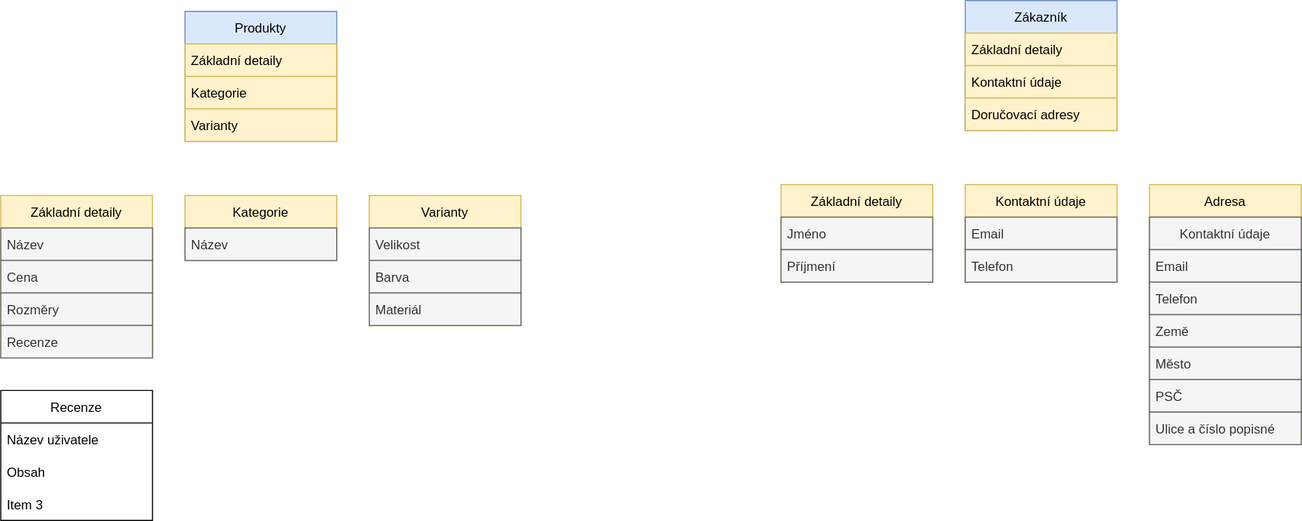
Earlier version of the draw.io export Eshop.drawio.svg (TomasKelbasa/diagrams.net). Source tidied: cells renumbered, new cells last; positions are measured from the earlier drawing's top-left corner, leaving out a move shared by most shapes.
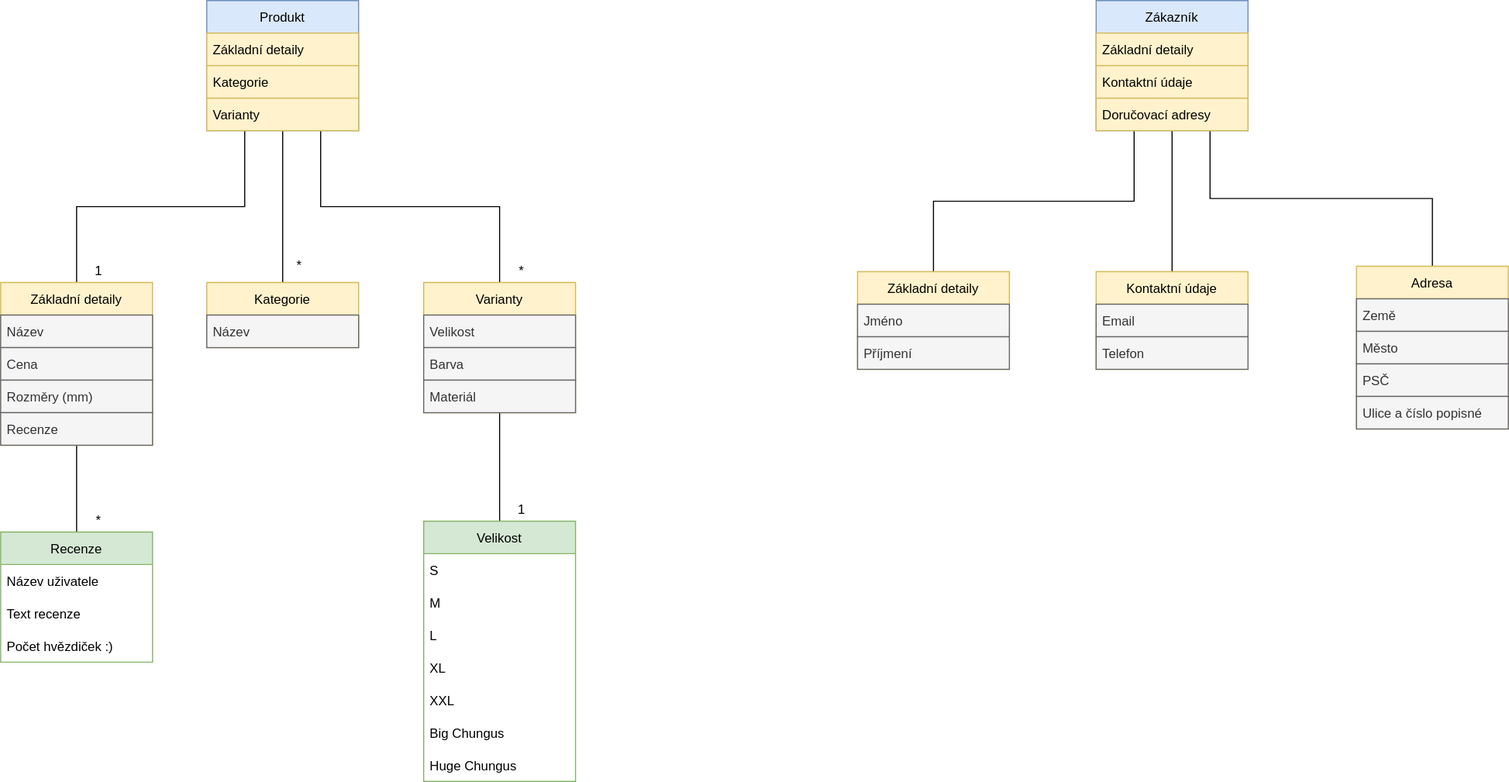
After the commit.

The edit, as a diff of the source:
```diff
@@ -2,8 +2,17 @@
   <root>
     <mxCell id="0" />
     <mxCell id="1" parent="0" />
+    <mxCell id="39" style="edgeStyle=orthogonalEdgeStyle;rounded=0;jettySize=auto;html=1;exitX=0.25;exitY=1;exitDx=0;exitDy=0;entryX=0.5;entryY=0;entryDx=0;entryDy=0;endArrow=none;endFill=0;" parent="1" edge="1" source="2" target="10">
+      <mxGeometry relative="1" as="geometry" />
+    </mxCell>
+    <mxCell id="40" style="edgeStyle=orthogonalEdgeStyle;rounded=0;jettySize=auto;html=1;exitX=0.5;exitY=1;exitDx=0;exitDy=0;endArrow=none;endFill=0;" parent="1" edge="1" source="2" target="19">
+      <mxGeometry relative="1" as="geometry" />
+    </mxCell>
+    <mxCell id="41" style="edgeStyle=orthogonalEdgeStyle;rounded=0;jettySize=auto;html=1;exitX=0.75;exitY=1;exitDx=0;exitDy=0;entryX=0.5;entryY=0;entryDx=0;entryDy=0;endArrow=none;endFill=0;" parent="1" edge="1" source="2" target="35">
+      <mxGeometry relative="1" as="geometry" />
+    </mxCell>
-    <mxCell id="2" value="Produkty" style="swimlane;fontStyle=0;horizontal=1;startSize=30;fillColor=#dae8fc;strokeColor=#6c8ebf;" parent="1" vertex="1">
-      <mxGeometry x="170" y="10" width="140" height="120" as="geometry" />
+    <mxCell id="2" value="Produkt" style="swimlane;fontStyle=0;horizontal=1;startSize=30;fillColor=#dae8fc;strokeColor=#6c8ebf;" parent="1" vertex="1">
+      <mxGeometry x="170" y="-80" width="140" height="120" as="geometry" />
     </mxCell>
     <mxCell id="3" value="Základní detaily" style="text;strokeColor=#d6b656;fillColor=#fff2cc;align=left;verticalAlign=middle;spacingLeft=4;spacingRight=4;overflow=hidden;" parent="2" vertex="1">
       <mxGeometry y="30" width="140" height="30" as="geometry" />
@@ -14,8 +23,17 @@
     <mxCell id="5" value="Varianty" style="text;strokeColor=#d6b656;fillColor=#fff2cc;align=left;verticalAlign=middle;spacingLeft=4;spacingRight=4;overflow=hidden;" parent="2" vertex="1">
       <mxGeometry y="90" width="140" height="30" as="geometry" />
     </mxCell>
+    <mxCell id="42" style="edgeStyle=orthogonalEdgeStyle;rounded=0;jettySize=auto;html=1;exitX=0.5;exitY=1;exitDx=0;exitDy=0;endArrow=none;endFill=0;" parent="1" edge="1" source="6" target="24">
+      <mxGeometry relative="1" as="geometry" />
+    </mxCell>
+    <mxCell id="43" style="edgeStyle=orthogonalEdgeStyle;rounded=0;jettySize=auto;html=1;exitX=0.25;exitY=1;exitDx=0;exitDy=0;entryX=0.5;entryY=0;entryDx=0;entryDy=0;endArrow=none;endFill=0;" parent="1" edge="1" source="6" target="21">
+      <mxGeometry relative="1" as="geometry" />
+    </mxCell>
+    <mxCell id="44" style="edgeStyle=orthogonalEdgeStyle;rounded=0;jettySize=auto;html=1;exitX=0.75;exitY=1;exitDx=0;exitDy=0;entryX=0.5;entryY=0;entryDx=0;entryDy=0;endArrow=none;endFill=0;" parent="1" edge="1" source="6" target="27">
+      <mxGeometry relative="1" as="geometry" />
+    </mxCell>
     <mxCell id="6" value="Zákazník" style="swimlane;fontStyle=0;horizontal=1;startSize=30;fillColor=#dae8fc;strokeColor=#6c8ebf;" parent="1" vertex="1">
-      <mxGeometry x="890" width="140" height="120" as="geometry" />
+      <mxGeometry x="990" y="-80" width="140" height="120" as="geometry" />
     </mxCell>
     <mxCell id="7" value="Základní detaily" style="text;strokeColor=#d6b656;fillColor=#fff2cc;align=left;verticalAlign=middle;spacingLeft=4;spacingRight=4;overflow=hidden;" parent="6" vertex="1">
       <mxGeometry y="30" width="140" height="30" as="geometry" />
@@ -26,8 +44,11 @@
     <mxCell id="9" value="Doručovací adresy" style="text;strokeColor=#d6b656;fillColor=#fff2cc;align=left;verticalAlign=middle;spacingLeft=4;spacingRight=4;overflow=hidden;" parent="6" vertex="1">
       <mxGeometry y="90" width="140" height="30" as="geometry" />
     </mxCell>
+    <mxCell id="45" style="edgeStyle=orthogonalEdgeStyle;rounded=0;jettySize=auto;html=1;exitX=0.5;exitY=1;exitDx=0;exitDy=0;entryX=0.5;entryY=0;entryDx=0;entryDy=0;endArrow=none;endFill=0;" parent="1" edge="1" source="10" target="15">
+      <mxGeometry relative="1" as="geometry" />
+    </mxCell>
     <mxCell id="10" value="Základní detaily" style="swimlane;fontStyle=0;horizontal=1;startSize=30;fillColor=#fff2cc;strokeColor=#d6b656;" parent="1" vertex="1">
-      <mxGeometry y="180" width="140" height="150" as="geometry" />
+      <mxGeometry x="-20" y="180" width="140" height="150" as="geometry" />
     </mxCell>
     <mxCell id="11" value="Název" style="text;strokeColor=#666666;fillColor=#f5f5f5;align=left;verticalAlign=middle;spacingLeft=4;spacingRight=4;overflow=hidden;fontColor=#333333;" parent="10" vertex="1">
       <mxGeometry y="30" width="140" height="30" as="geometry" />
@@ -35,22 +56,22 @@
     <mxCell id="12" value="Cena" style="text;strokeColor=#666666;fillColor=#f5f5f5;align=left;verticalAlign=middle;spacingLeft=4;spacingRight=4;overflow=hidden;fontColor=#333333;" parent="10" vertex="1">
       <mxGeometry y="60" width="140" height="30" as="geometry" />
     </mxCell>
-    <mxCell id="13" value="Rozměry" style="text;strokeColor=#666666;fillColor=#f5f5f5;align=left;verticalAlign=middle;spacingLeft=4;spacingRight=4;overflow=hidden;fontColor=#333333;" parent="10" vertex="1">
+    <mxCell id="13" value="Rozměry (mm)" style="text;strokeColor=#666666;fillColor=#f5f5f5;align=left;verticalAlign=middle;spacingLeft=4;spacingRight=4;overflow=hidden;fontColor=#333333;" parent="10" vertex="1">
       <mxGeometry y="90" width="140" height="30" as="geometry" />
     </mxCell>
     <mxCell id="14" value="Recenze" style="text;strokeColor=#666666;fillColor=#f5f5f5;align=left;verticalAlign=middle;spacingLeft=4;spacingRight=4;overflow=hidden;fontColor=#333333;" parent="10" vertex="1">
       <mxGeometry y="120" width="140" height="30" as="geometry" />
     </mxCell>
-    <mxCell id="15" value="Recenze" style="swimlane;fontStyle=0;horizontal=1;startSize=30;" parent="1" vertex="1">
-      <mxGeometry y="360" width="140" height="120" as="geometry" />
+    <mxCell id="15" value="Recenze" style="swimlane;fontStyle=0;horizontal=1;startSize=30;fillColor=#d5e8d4;strokeColor=#82b366;" parent="1" vertex="1">
+      <mxGeometry x="-20" y="410" width="140" height="120" as="geometry" />
     </mxCell>
-    <mxCell id="16" value="Název uživatele" style="text;strokeColor=none;fillColor=none;align=left;verticalAlign=middle;spacingLeft=4;spacingRight=4;overflow=hidden;" parent="15" vertex="1">
+    <mxCell id="16" value="Název uživatele" style="text;align=left;verticalAlign=middle;spacingLeft=4;spacingRight=4;overflow=hidden;" parent="15" vertex="1">
       <mxGeometry y="30" width="140" height="30" as="geometry" />
     </mxCell>
-    <mxCell id="17" value="Obsah" style="text;strokeColor=none;fillColor=none;align=left;verticalAlign=middle;spacingLeft=4;spacingRight=4;overflow=hidden;" parent="15" vertex="1">
+    <mxCell id="17" value="Text recenze" style="text;align=left;verticalAlign=middle;spacingLeft=4;spacingRight=4;overflow=hidden;" parent="15" vertex="1">
       <mxGeometry y="60" width="140" height="30" as="geometry" />
     </mxCell>
-    <mxCell id="18" value="Item 3" style="text;strokeColor=none;fillColor=none;align=left;verticalAlign=middle;spacingLeft=4;spacingRight=4;overflow=hidden;" parent="15" vertex="1">
+    <mxCell id="18" value="Počet hvězdiček :)" style="text;align=left;verticalAlign=middle;spacingLeft=4;spacingRight=4;overflow=hidden;" parent="15" vertex="1">
       <mxGeometry y="90" width="140" height="30" as="geometry" />
     </mxCell>
     <mxCell id="19" value="Kategorie" style="swimlane;fontStyle=0;horizontal=1;startSize=30;fillColor=#fff2cc;strokeColor=#d6b656;" parent="1" vertex="1">
@@ -60,7 +81,7 @@
       <mxGeometry y="30" width="140" height="30" as="geometry" />
     </mxCell>
     <mxCell id="21" value="Základní detaily" style="swimlane;fontStyle=0;horizontal=1;startSize=30;fillColor=#fff2cc;strokeColor=#d6b656;" parent="1" vertex="1">
-      <mxGeometry x="720" y="170" width="140" height="90" as="geometry" />
+      <mxGeometry x="770" y="170" width="140" height="90" as="geometry" />
     </mxCell>
     <mxCell id="22" value="Jméno" style="text;strokeColor=#666666;fillColor=#f5f5f5;align=left;verticalAlign=middle;spacingLeft=4;spacingRight=4;overflow=hidden;fontColor=#333333;" parent="21" vertex="1">
       <mxGeometry y="30" width="140" height="30" as="geometry" />
@@ -69,7 +90,7 @@
       <mxGeometry y="60" width="140" height="30" as="geometry" />
     </mxCell>
     <mxCell id="24" value="Kontaktní údaje" style="swimlane;fontStyle=0;horizontal=1;startSize=30;fillColor=#fff2cc;strokeColor=#d6b656;" parent="1" vertex="1">
-      <mxGeometry x="890" y="170" width="140" height="90" as="geometry" />
+      <mxGeometry x="990" y="170" width="140" height="90" as="geometry" />
     </mxCell>
     <mxCell id="25" value="Email" style="text;strokeColor=#666666;fillColor=#f5f5f5;align=left;verticalAlign=middle;spacingLeft=4;spacingRight=4;overflow=hidden;fontColor=#333333;" parent="24" vertex="1">
       <mxGeometry y="30" width="140" height="30" as="geometry" />
@@ -78,31 +99,25 @@
       <mxGeometry y="60" width="140" height="30" as="geometry" />
     </mxCell>
     <mxCell id="27" value="Adresa" style="swimlane;fontStyle=0;horizontal=1;startSize=30;fillColor=#fff2cc;strokeColor=#d6b656;" parent="1" vertex="1">
-      <mxGeometry x="1060" y="170" width="140" height="240" as="geometry" />
+      <mxGeometry x="1230" y="165" width="140" height="150" as="geometry" />
     </mxCell>
-    <mxCell id="28" value="Kontaktní údaje" style="swimlane;fontStyle=0;horizontal=1;startSize=30;fillColor=#f5f5f5;strokeColor=#666666;fontColor=#333333;" parent="27" vertex="1">
-      <mxGeometry y="30" width="140" height="90" as="geometry" />
-    </mxCell>
-    <mxCell id="29" value="Email" style="text;strokeColor=#666666;fillColor=#f5f5f5;align=left;verticalAlign=middle;spacingLeft=4;spacingRight=4;overflow=hidden;fontColor=#333333;" parent="28" vertex="1">
-      <mxGeometry y="30" width="140" height="30" as="geometry" />
-    </mxCell>
-    <mxCell id="30" value="Telefon" style="text;strokeColor=#666666;fillColor=#f5f5f5;align=left;verticalAlign=middle;spacingLeft=4;spacingRight=4;overflow=hidden;fontColor=#333333;" parent="28" vertex="1">
-      <mxGeometry y="60" width="140" height="30" as="geometry" />
-    </mxCell>
     <mxCell id="31" value="Země" style="text;strokeColor=#666666;fillColor=#f5f5f5;align=left;verticalAlign=middle;spacingLeft=4;spacingRight=4;overflow=hidden;fontColor=#333333;" parent="27" vertex="1">
-      <mxGeometry y="120" width="140" height="30" as="geometry" />
+      <mxGeometry y="30" width="140" height="30" as="geometry" />
     </mxCell>
     <mxCell id="32" value="Město" style="text;strokeColor=#666666;fillColor=#f5f5f5;align=left;verticalAlign=middle;spacingLeft=4;spacingRight=4;overflow=hidden;fontColor=#333333;" parent="27" vertex="1">
-      <mxGeometry y="150" width="140" height="30" as="geometry" />
+      <mxGeometry y="60" width="140" height="30" as="geometry" />
     </mxCell>
     <mxCell id="33" value="PSČ" style="text;strokeColor=#666666;fillColor=#f5f5f5;align=left;verticalAlign=middle;spacingLeft=4;spacingRight=4;overflow=hidden;fontColor=#333333;" parent="27" vertex="1">
-      <mxGeometry y="180" width="140" height="30" as="geometry" />
+      <mxGeometry y="90" width="140" height="30" as="geometry" />
     </mxCell>
     <mxCell id="34" value="Ulice a číslo popisné" style="text;strokeColor=#666666;fillColor=#f5f5f5;align=left;verticalAlign=middle;spacingLeft=4;spacingRight=4;overflow=hidden;fontColor=#333333;" parent="27" vertex="1">
-      <mxGeometry y="210" width="140" height="30" as="geometry" />
+      <mxGeometry y="120" width="140" height="30" as="geometry" />
     </mxCell>
+    <mxCell id="46" style="edgeStyle=orthogonalEdgeStyle;rounded=0;jettySize=auto;html=1;exitX=0.5;exitY=1;exitDx=0;exitDy=0;entryX=0.5;entryY=0;entryDx=0;entryDy=0;endArrow=none;endFill=0;" parent="1" edge="1" source="35" target="51">
+      <mxGeometry relative="1" as="geometry" />
+    </mxCell>
     <mxCell id="35" value="Varianty" style="swimlane;fontStyle=0;horizontal=1;startSize=30;fillColor=#fff2cc;strokeColor=#d6b656;" parent="1" vertex="1">
-      <mxGeometry x="340" y="180" width="140" height="120" as="geometry" />
+      <mxGeometry x="370" y="180" width="140" height="120" as="geometry" />
     </mxCell>
     <mxCell id="36" value="Velikost" style="text;strokeColor=#666666;fillColor=#f5f5f5;align=left;verticalAlign=middle;spacingLeft=4;spacingRight=4;overflow=hidden;fontColor=#333333;" parent="35" vertex="1">
       <mxGeometry y="30" width="140" height="30" as="geometry" />
@@ -113,5 +128,44 @@
     <mxCell id="38" value="Materiál" style="text;strokeColor=#666666;fillColor=#f5f5f5;align=left;verticalAlign=middle;spacingLeft=4;spacingRight=4;overflow=hidden;fontColor=#333333;" parent="35" vertex="1">
       <mxGeometry y="90" width="140" height="30" as="geometry" />
     </mxCell>
+    <mxCell id="47" value="*" style="text;html=1;align=center;verticalAlign=middle;strokeColor=none;fillColor=none;" parent="1" vertex="1">
+      <mxGeometry x="240" y="150" width="30" height="30" as="geometry" />
+    </mxCell>
+    <mxCell id="48" value="*" style="text;html=1;align=center;verticalAlign=middle;strokeColor=none;fillColor=none;" parent="1" vertex="1">
+      <mxGeometry x="445" y="155" width="30" height="30" as="geometry" />
+    </mxCell>
+    <mxCell id="49" value="1" style="text;html=1;align=center;verticalAlign=middle;strokeColor=none;fillColor=none;" parent="1" vertex="1">
+      <mxGeometry x="55" y="155" width="30" height="30" as="geometry" />
+    </mxCell>
+    <mxCell id="50" value="*" style="text;html=1;align=center;verticalAlign=middle;strokeColor=none;fillColor=none;" parent="1" vertex="1">
+      <mxGeometry x="55" y="385" width="30" height="30" as="geometry" />
+    </mxCell>
+    <mxCell id="51" value="Velikost" style="swimlane;fontStyle=0;horizontal=1;startSize=30;fillColor=#d5e8d4;strokeColor=#82b366;" parent="1" vertex="1">
+      <mxGeometry x="370" y="400" width="140" height="240" as="geometry" />
+    </mxCell>
+    <mxCell id="52" value="S" style="text;align=left;verticalAlign=middle;spacingLeft=4;spacingRight=4;overflow=hidden;" parent="51" vertex="1">
+      <mxGeometry y="30" width="140" height="30" as="geometry" />
+    </mxCell>
+    <mxCell id="53" value="M" style="text;align=left;verticalAlign=middle;spacingLeft=4;spacingRight=4;overflow=hidden;" parent="51" vertex="1">
+      <mxGeometry y="60" width="140" height="30" as="geometry" />
+    </mxCell>
+    <mxCell id="54" value="L" style="text;align=left;verticalAlign=middle;spacingLeft=4;spacingRight=4;overflow=hidden;" parent="51" vertex="1">
+      <mxGeometry y="90" width="140" height="30" as="geometry" />
+    </mxCell>
+    <mxCell id="55" value="XL" style="text;align=left;verticalAlign=middle;spacingLeft=4;spacingRight=4;overflow=hidden;" parent="51" vertex="1">
+      <mxGeometry y="120" width="140" height="30" as="geometry" />
+    </mxCell>
+    <mxCell id="56" value="XXL" style="text;align=left;verticalAlign=middle;spacingLeft=4;spacingRight=4;overflow=hidden;" parent="51" vertex="1">
+      <mxGeometry y="150" width="140" height="30" as="geometry" />
+    </mxCell>
+    <mxCell id="57" value="Big Chungus" style="text;align=left;verticalAlign=middle;spacingLeft=4;spacingRight=4;overflow=hidden;" parent="51" vertex="1">
+      <mxGeometry y="180" width="140" height="30" as="geometry" />
+    </mxCell>
+    <mxCell id="58" value="Huge Chungus" style="text;align=left;verticalAlign=middle;spacingLeft=4;spacingRight=4;overflow=hidden;" parent="51" vertex="1">
+      <mxGeometry y="210" width="140" height="30" as="geometry" />
+    </mxCell>
+    <mxCell id="59" value="1" style="text;html=1;align=center;verticalAlign=middle;strokeColor=none;fillColor=none;" parent="1" vertex="1">
+      <mxGeometry x="445" y="375" width="30" height="30" as="geometry" />
+    </mxCell>
   </root>
 </mxGraphModel>
```
